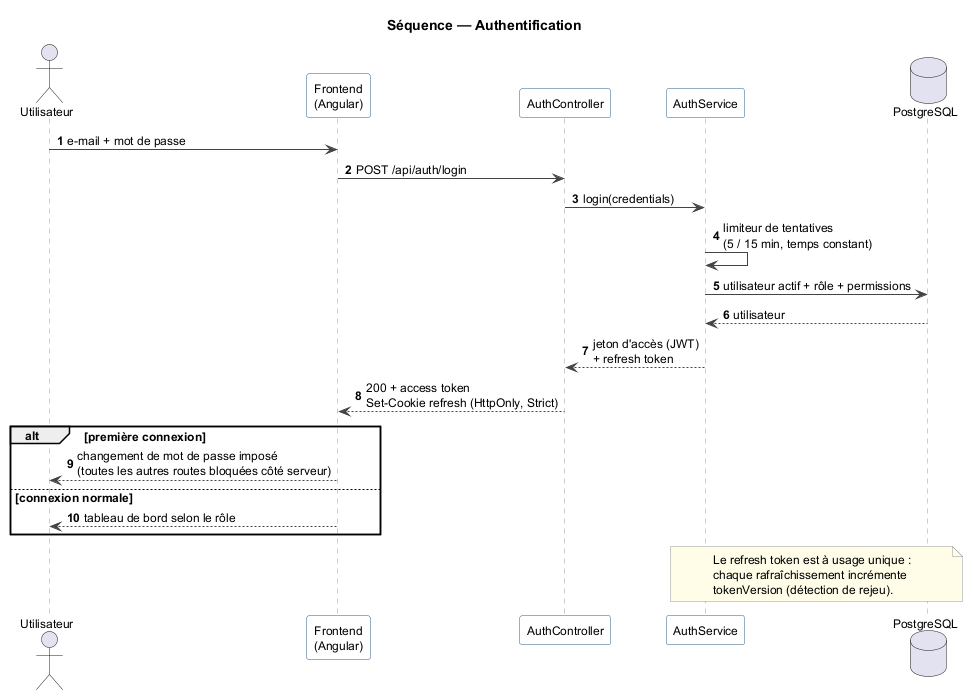
Earlier version of the PlantUML export docs/uml/seq_login.png (mazenrakrouki/tekup-pms-platform).
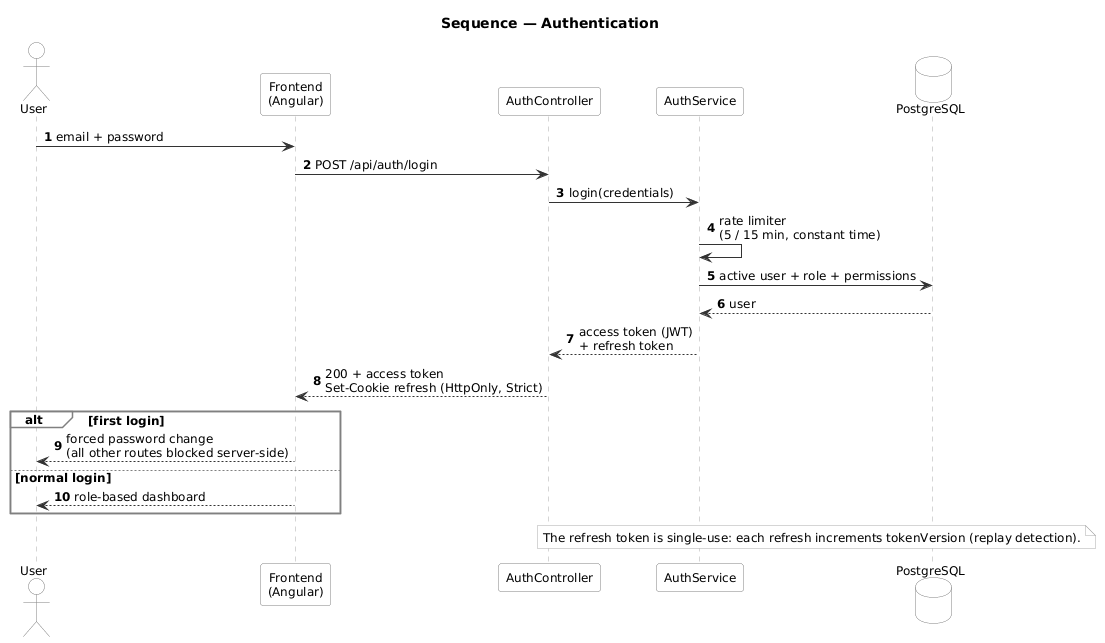
The same diagram one commit later.

Change to the diagram source:
```diff
@@ -1,42 +1,49 @@
 @startuml seq_login
-title Séquence — Authentification
+title Sequence — Authentication
 
 skinparam shadowing false
 skinparam defaultFontName Helvetica
 skinparam defaultFontSize 12
 skinparam sequenceParticipantBackgroundColor #FFFFFF
-skinparam sequenceParticipantBorderColor #2C5F8A
-skinparam sequenceLifeLineBorderColor #999999
-skinparam ArrowColor #444444
-skinparam noteBorderColor #999999
-skinparam noteBackgroundColor #FFFDE7
+skinparam actorBackgroundColor #FFFFFF
+skinparam actorBorderColor #808080
+skinparam participantBackgroundColor #FFFFFF
+skinparam participantBorderColor #808080
+skinparam databaseBackgroundColor #FFFFFF
+skinparam databaseBorderColor #808080
+skinparam sequenceGroupBackgroundColor #FFFFFF
+skinparam sequenceGroupBorderColor #808080
+skinparam sequenceReferenceBackgroundColor #FFFFFF
+skinparam sequenceParticipantBorderColor #808080
+skinparam sequenceLifeLineBorderColor #AAAAAA
+skinparam ArrowColor #333333
+skinparam noteBorderColor #AAAAAA
+skinparam noteBackgroundColor #FAFAFA
 autonumber
 
-actor "Utilisateur" as U
+actor "User" as U
 participant "Frontend\n(Angular)" as SPA
 participant "AuthController" as AC
 participant "AuthService" as AS
 database "PostgreSQL" as DB
 
-U -> SPA : e-mail + mot de passe
+U -> SPA : email + password
 SPA -> AC : POST /api/auth/login
 AC -> AS : login(credentials)
-AS -> AS : limiteur de tentatives\n(5 / 15 min, temps constant)
-AS -> DB : utilisateur actif + rôle + permissions
-DB --> AS : utilisateur
-AS --> AC : jeton d'accès (JWT)\n+ refresh token
+AS -> AS : rate limiter\n(5 / 15 min, constant time)
+AS -> DB : active user + role + permissions
+DB --> AS : user
+AS --> AC : access token (JWT)\n+ refresh token
 AC --> SPA : 200 + access token\nSet-Cookie refresh (HttpOnly, Strict)
 
-alt première connexion
-  SPA --> U : changement de mot de passe imposé\n(toutes les autres routes bloquées côté serveur)
-else connexion normale
-  SPA --> U : tableau de bord selon le rôle
+alt first login
+  SPA --> U : forced password change\n(all other routes blocked server-side)
+else normal login
+  SPA --> U : role-based dashboard
 end
 
 note over AS, DB
-  Le refresh token est à usage unique :
-  chaque rafraîchissement incrémente
-  tokenVersion (détection de rejeu).
+  The refresh token is single-use: each refresh increments tokenVersion (replay detection).
 end note
 
 @enduml
```
